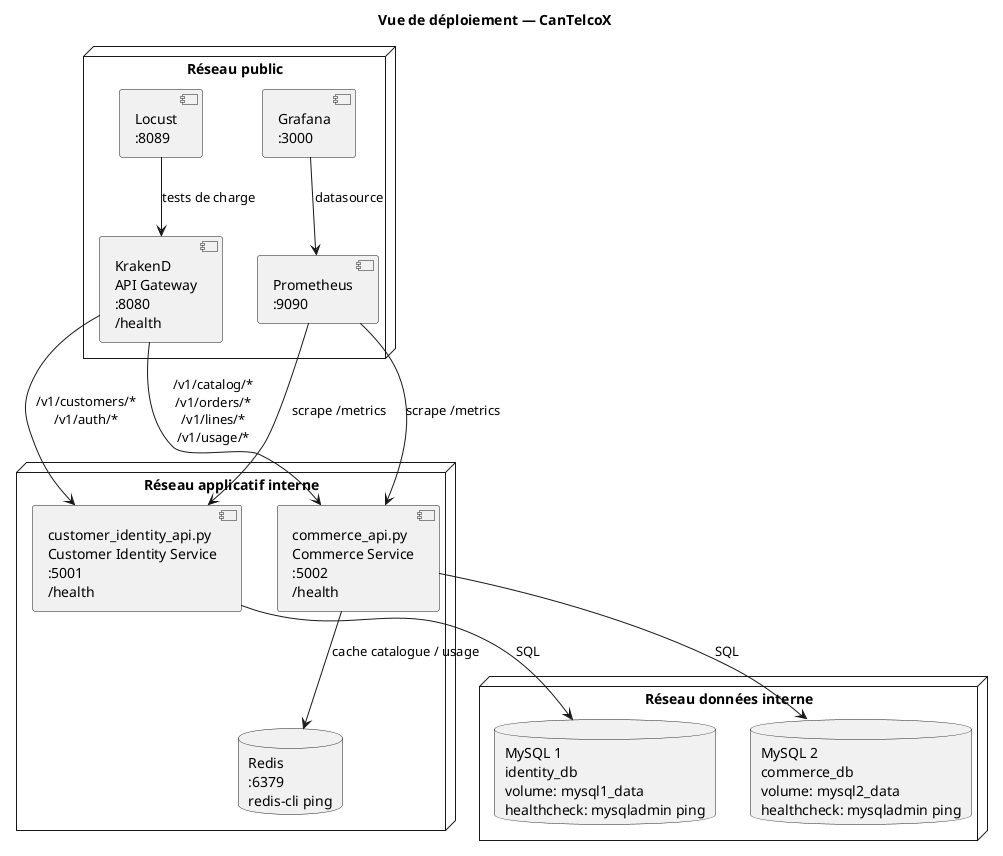
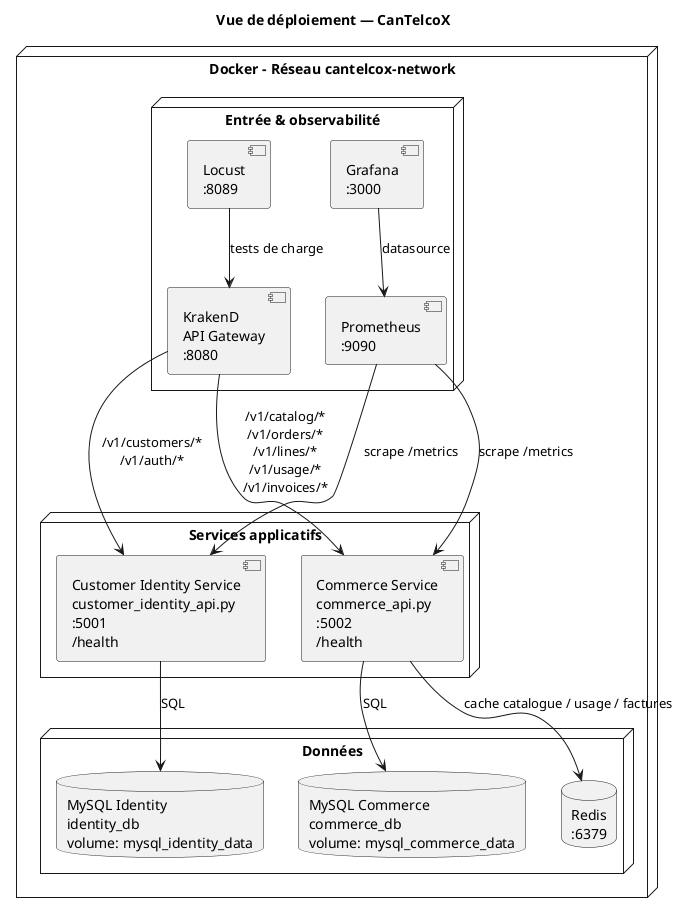
@startuml
title Vue de déploiement — CanTelcoX

+ node "Docker - Réseau cantelcox-network" {

-   node "Réseau public" {
-     component "KrakenD\nAPI Gateway\n:8080\n/health" as Gateway
+   node "Entrée & observabilité" {
+     component "KrakenD\nAPI Gateway\n:8080" as Gateway
    component "Prometheus\n:9090" as Prometheus
    component "Grafana\n:3000" as Grafana
    component "Locust\n:8089" as Locust
  }

-   node "Réseau applicatif interne" {
-     component "customer_identity_api.py\nCustomer Identity Service\n:5001\n/health" as CustomerService
-     component "commerce_api.py\nCommerce Service\n:5002\n/health" as CommerceService
-     database "Redis\n:6379\nredis-cli ping" as Redis
+   node "Services applicatifs" {
+     component "Customer Identity Service\ncustomer_identity_api.py\n:5001\n/health" as CustomerService
+     component "Commerce Service\ncommerce_api.py\n:5002\n/health" as CommerceService
  }

-   node "Réseau données interne" {
-     database "MySQL 1\nidentity_db\nvolume: mysql1_data\nhealthcheck: mysqladmin ping" as MySQL1
-     database "MySQL 2\ncommerce_db\nvolume: mysql2_data\nhealthcheck: mysqladmin ping" as MySQL2
+   node "Données" {
+     database "MySQL Identity\nidentity_db\nvolume: mysql_identity_data" as MySQL1
+     database "MySQL Commerce\ncommerce_db\nvolume: mysql_commerce_data" as MySQL2
+     database "Redis\n:6379" as Redis
  }
- 
- 
- 
+ }

Gateway --> CustomerService : /v1/customers/*\n/v1/auth/*
- Gateway --> CommerceService : /v1/catalog/*\n/v1/orders/*\n/v1/lines/*\n/v1/usage/*
+ Gateway --> CommerceService : /v1/catalog/*\n/v1/orders/*\n/v1/lines/*\n/v1/usage/*\n/v1/invoices/*

CustomerService --> MySQL1 : SQL
CommerceService --> MySQL2 : SQL
- CommerceService --> Redis : cache catalogue / usage
+ CommerceService --> Redis : cache catalogue / usage / factures

Prometheus --> CustomerService : scrape /metrics
Prometheus --> CommerceService : scrape /metrics
Grafana --> Prometheus : datasource
Locust --> Gateway : tests de charge

@enduml